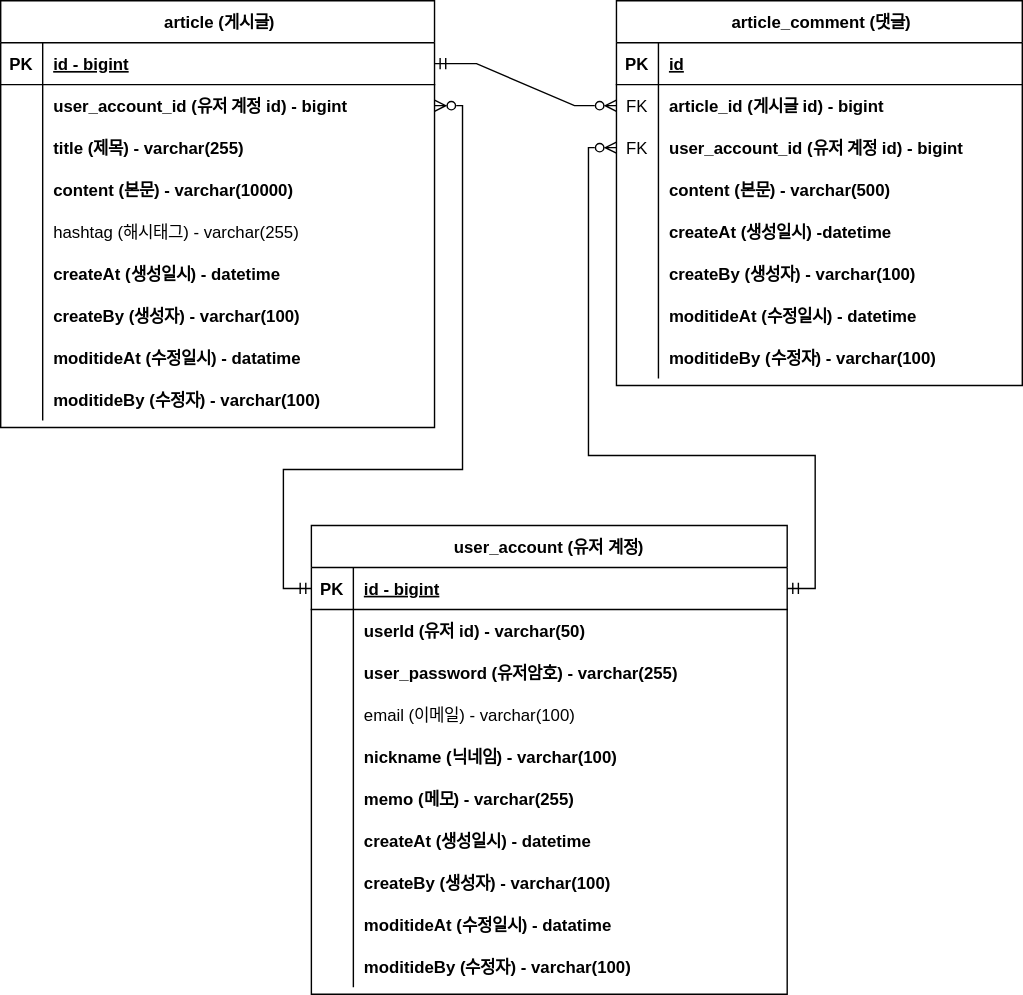
This is document/board-project-erd.svg from xotlr333/board-project, a draw.io export, as it was before one commit. Source tidied: cells renumbered, new cells last; positions are measured from the earlier drawing's top-left corner, leaving out a move shared by most shapes.
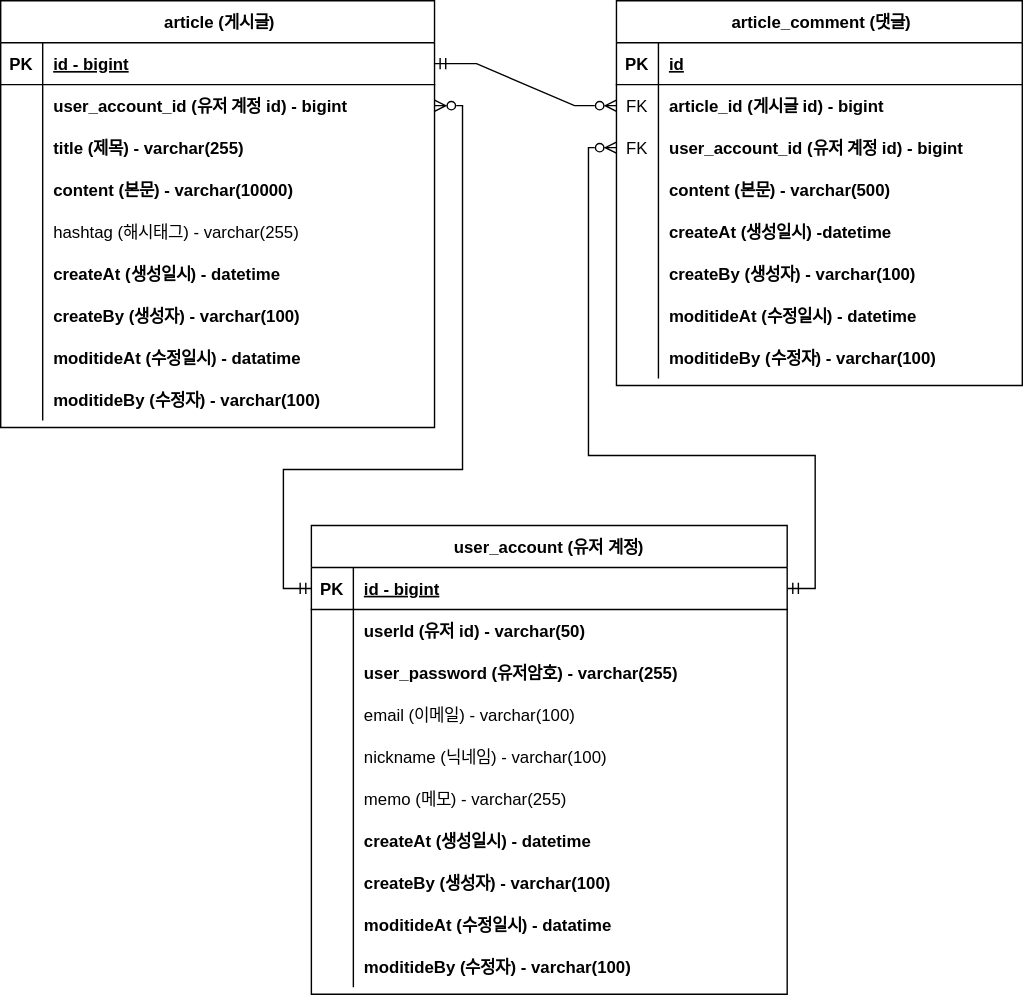
After the commit.

Change to the diagram source:
```diff
@@ -214,7 +214,7 @@
     <mxCell id="70" value="   " style="shape=partialRectangle;overflow=hidden;fillColor=none;top=0;left=0;bottom=0;right=0;" parent="69" vertex="1">
       <mxGeometry width="30" height="30" as="geometry" />
     </mxCell>
-    <mxCell id="71" value="nickname (닉네임) - varchar(100)" style="shape=partialRectangle;overflow=hidden;fillColor=none;top=0;left=0;bottom=0;right=0;align=left;spacingLeft=6;fontStyle=1;" parent="69" vertex="1">
+    <mxCell id="71" value="nickname (닉네임) - varchar(100)" style="shape=partialRectangle;overflow=hidden;fillColor=none;top=0;left=0;bottom=0;right=0;align=left;spacingLeft=6;fontStyle=0;" parent="69" vertex="1">
       <mxGeometry x="30" width="310" height="30" as="geometry" />
     </mxCell>
     <mxCell id="72" style="shape=partialRectangle;fillColor=none;top=0;left=0;right=0;bottom=0;" parent="56" vertex="1">
@@ -223,7 +223,7 @@
     <mxCell id="73" value="   " style="shape=partialRectangle;overflow=hidden;fillColor=none;top=0;left=0;bottom=0;right=0;" parent="72" vertex="1">
       <mxGeometry width="30" height="30" as="geometry" />
     </mxCell>
-    <mxCell id="74" value="memo (메모) - varchar(255)" style="shape=partialRectangle;overflow=hidden;fillColor=none;top=0;left=0;bottom=0;right=0;align=left;spacingLeft=6;fontStyle=1;" parent="72" vertex="1">
+    <mxCell id="74" value="memo (메모) - varchar(255)" style="shape=partialRectangle;overflow=hidden;fillColor=none;top=0;left=0;bottom=0;right=0;align=left;spacingLeft=6;fontStyle=0;" parent="72" vertex="1">
       <mxGeometry x="30" width="310" height="30" as="geometry" />
     </mxCell>
     <mxCell id="75" style="shape=partialRectangle;fillColor=none;top=0;left=0;right=0;bottom=0;" parent="56" vertex="1">
```
